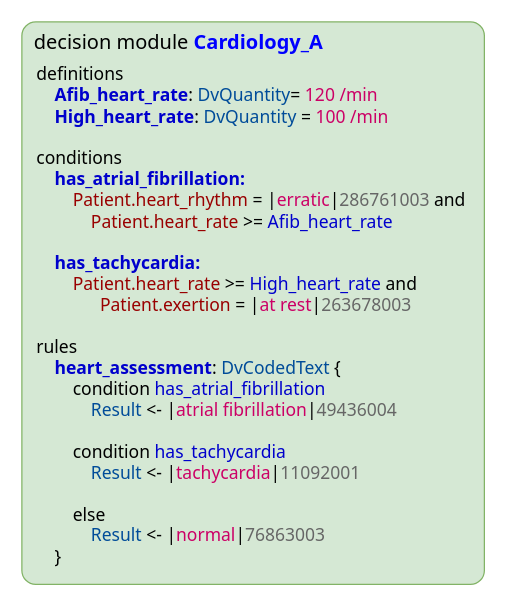
Above: docs/decision_language/diagrams/representation_basic.drawio in openEHR/specifications-PROC (draw.io), before the change. Source tidied: cells renumbered, new cells numbered last; positions are measured from the earlier drawing's top-left corner, leaving out a move shared by most shapes. Both pictures are drawn from the tidied source at 125%, with x=0, y=0 at pixel (21, 21).
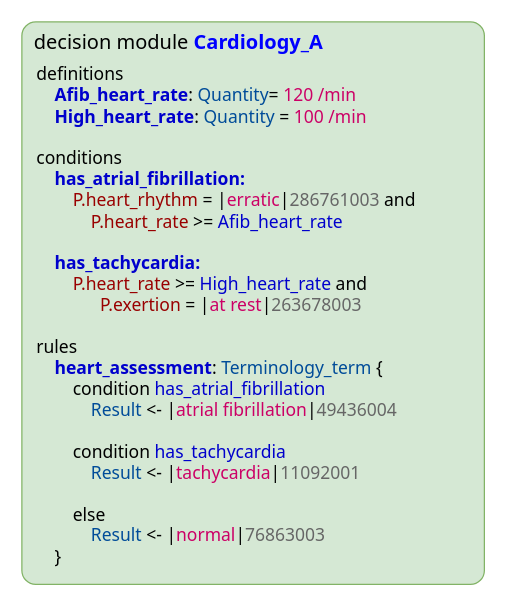
After the change.

Diff of the diagram source:
```diff
@@
 <mxGraphModel>
   <root>
     <mxCell id="0" />
     <mxCell id="1" parent="0" />
     <mxCell id="2" value="&lt;div style=&quot;text-align: center ; font-size: 16px&quot;&gt;decision module&amp;nbsp;&lt;b style=&quot;font-size: 16px&quot;&gt;&lt;font color=&quot;#0000ff&quot; style=&quot;font-size: 16px&quot;&gt;Cardiology_A&lt;/font&gt;&lt;/b&gt;&lt;/div&gt;&lt;font color=&quot;#595959&quot; style=&quot;font-size: 16px&quot;&gt;&lt;div style=&quot;text-align: center ; font-size: 16px&quot;&gt;&lt;span style=&quot;font-size: 16px&quot;&gt;&amp;nbsp; &amp;nbsp; &amp;nbsp; &amp;nbsp; &amp;nbsp;&lt;/span&gt;&lt;span style=&quot;font-size: 16px&quot;&gt;&amp;nbsp; &amp;nbsp; &amp;nbsp; &amp;nbsp;&lt;/span&gt;&lt;/div&gt;&lt;/font&gt;" style="rounded=1;whiteSpace=wrap;html=1;fontSize=16;arcSize=3;verticalAlign=top;fillColor=#d5e8d4;strokeColor=#82b366;align=left;spacingLeft=8;fontFamily=Tahoma;" parent="1" vertex="1">
       <mxGeometry width="370" height="450" as="geometry" />
     </mxCell>
-    <mxCell id="3" value="definitions&lt;br style=&quot;font-size: 14px&quot;&gt;&lt;b style=&quot;color: rgb(0 , 0 , 204) ; font-size: 14px&quot;&gt;&amp;nbsp; &amp;nbsp; Afib_heart_rate&lt;/b&gt;:&amp;nbsp;&lt;font color=&quot;#004c99&quot; style=&quot;font-size: 14px&quot;&gt;DvQuantity&lt;/font&gt;= &lt;font color=&quot;#cc0066&quot;&gt;120 /min&lt;/font&gt;&lt;br style=&quot;font-size: 14px&quot;&gt;&lt;font color=&quot;#0000cc&quot; style=&quot;font-size: 14px&quot;&gt;&lt;b style=&quot;font-size: 14px&quot;&gt;&amp;nbsp; &amp;nbsp; High_heart_rate&lt;/b&gt;&lt;/font&gt;:&amp;nbsp;&lt;span style=&quot;color: rgb(0 , 76 , 153) ; font-size: 14px&quot;&gt;DvQuantity&lt;/span&gt;&amp;nbsp;= &lt;font color=&quot;#cc0066&quot;&gt;100 /min&lt;/font&gt;&lt;br style=&quot;font-size: 14px&quot;&gt;&lt;br style=&quot;font-size: 14px&quot;&gt;conditions&lt;br style=&quot;font-size: 14px&quot;&gt;&lt;font color=&quot;#0000cc&quot; style=&quot;font-size: 14px&quot;&gt;&lt;b style=&quot;font-size: 14px&quot;&gt;&amp;nbsp; &amp;nbsp; has_atrial_fibrillation:&lt;/b&gt;&lt;/font&gt;&lt;br style=&quot;font-size: 14px&quot;&gt;&amp;nbsp; &amp;nbsp; &amp;nbsp; &amp;nbsp;&amp;nbsp;&lt;font color=&quot;#990000&quot; style=&quot;font-size: 14px&quot;&gt;Patient.heart_rhythm&lt;/font&gt;&amp;nbsp;= |&lt;font color=&quot;#cc0066&quot;&gt;erratic&lt;/font&gt;|&lt;font color=&quot;#666666&quot;&gt;286761003&lt;/font&gt;&amp;nbsp;and&amp;nbsp;&lt;br style=&quot;font-size: 14px&quot;&gt;&amp;nbsp; &amp;nbsp; &amp;nbsp; &amp;nbsp; &amp;nbsp; &amp;nbsp;&amp;nbsp;&lt;font color=&quot;#990000&quot; style=&quot;font-size: 14px&quot;&gt;Patient.heart_rate&lt;/font&gt;&amp;nbsp;&amp;gt;=&amp;nbsp;&lt;font color=&quot;#0000cc&quot; style=&quot;font-size: 14px&quot;&gt;Afib_heart_rate&lt;/font&gt;&lt;br style=&quot;font-size: 14px&quot;&gt;&lt;br style=&quot;font-size: 14px&quot;&gt;&lt;font color=&quot;#0000cc&quot; style=&quot;font-size: 14px&quot;&gt;&lt;b style=&quot;font-size: 14px&quot;&gt;&amp;nbsp; &amp;nbsp; has_tachycardia:&lt;/b&gt;&lt;/font&gt;&lt;br style=&quot;font-size: 14px&quot;&gt;&amp;nbsp; &amp;nbsp; &amp;nbsp; &amp;nbsp;&amp;nbsp;&lt;font color=&quot;#990000&quot; style=&quot;font-size: 14px&quot;&gt;Patient.heart_rate&lt;/font&gt;&amp;nbsp;&amp;gt;=&amp;nbsp;&lt;font color=&quot;#0000cc&quot; style=&quot;font-size: 14px&quot;&gt;High_heart_rate&lt;/font&gt;&amp;nbsp;and&amp;nbsp;&lt;br style=&quot;font-size: 14px&quot;&gt;&amp;nbsp; &amp;nbsp; &amp;nbsp; &amp;nbsp; &amp;nbsp; &amp;nbsp; &amp;nbsp; &lt;font color=&quot;#990000&quot; style=&quot;font-size: 14px&quot;&gt;Patient.exertion&lt;/font&gt;&amp;nbsp;= |&lt;font color=&quot;#cc0066&quot; style=&quot;font-size: 14px&quot;&gt;at rest&lt;/font&gt;|&lt;font color=&quot;#666666&quot;&gt;263678003&lt;/font&gt;&lt;br style=&quot;font-size: 14px&quot;&gt;&lt;br style=&quot;font-size: 14px&quot;&gt;rules&lt;br style=&quot;font-size: 14px&quot;&gt;&lt;font color=&quot;#0000cc&quot; style=&quot;font-size: 14px&quot;&gt;&lt;b style=&quot;font-size: 14px&quot;&gt;&amp;nbsp; &amp;nbsp; heart_assessment&lt;/b&gt;&lt;/font&gt;: &lt;font color=&quot;#004c99&quot; style=&quot;font-size: 14px&quot;&gt;DvCodedText&lt;/font&gt;&amp;nbsp;{&lt;br style=&quot;font-size: 14px&quot;&gt;&amp;nbsp; &amp;nbsp; &amp;nbsp; &amp;nbsp; condition &lt;font color=&quot;#0000cc&quot; style=&quot;font-size: 14px&quot;&gt;has_atrial_fibrillation&lt;/font&gt;&lt;br style=&quot;font-size: 14px&quot;&gt;&amp;nbsp; &amp;nbsp; &amp;nbsp; &amp;nbsp; &amp;nbsp; &amp;nbsp;&amp;nbsp;&lt;span style=&quot;color: rgb(0 , 76 , 153) ; font-size: 14px&quot;&gt;Result&lt;/span&gt;&amp;nbsp;&amp;lt;-&amp;nbsp;|&lt;font color=&quot;#cc0066&quot; style=&quot;font-size: 14px&quot;&gt;atrial fibrillation&lt;/font&gt;|&lt;font color=&quot;#666666&quot;&gt;49436004&lt;/font&gt;&lt;br style=&quot;font-size: 14px&quot;&gt;&lt;br style=&quot;font-size: 14px&quot;&gt;&amp;nbsp; &amp;nbsp; &amp;nbsp; &amp;nbsp; condition &lt;font color=&quot;#0000cc&quot; style=&quot;font-size: 14px&quot;&gt;has_tachycardia&lt;/font&gt;&lt;br style=&quot;font-size: 14px&quot;&gt;&amp;nbsp; &amp;nbsp; &amp;nbsp; &amp;nbsp; &amp;nbsp; &amp;nbsp;&amp;nbsp;&lt;span style=&quot;color: rgb(0 , 76 , 153) ; font-size: 14px&quot;&gt;Result&lt;/span&gt;&amp;nbsp;&amp;lt;-&amp;nbsp;|&lt;font color=&quot;#cc0066&quot; style=&quot;font-size: 14px&quot;&gt;tachycardia&lt;/font&gt;|&lt;font color=&quot;#666666&quot;&gt;11092001&lt;/font&gt;&lt;br style=&quot;font-size: 14px&quot;&gt;&lt;br style=&quot;font-size: 14px&quot;&gt;&amp;nbsp; &amp;nbsp; &amp;nbsp; &amp;nbsp; else&amp;nbsp;&lt;br style=&quot;font-size: 14px&quot;&gt;&amp;nbsp; &amp;nbsp; &amp;nbsp; &amp;nbsp; &amp;nbsp; &amp;nbsp;&amp;nbsp;&lt;span style=&quot;color: rgb(0 , 76 , 153) ; font-size: 14px&quot;&gt;Result&lt;/span&gt;&amp;nbsp;&amp;lt;- |&lt;font color=&quot;#cc0066&quot; style=&quot;font-size: 14px&quot;&gt;normal&lt;/font&gt;|&lt;font color=&quot;#666666&quot;&gt;76863003&lt;/font&gt;&lt;br style=&quot;font-size: 14px&quot;&gt;&amp;nbsp; &amp;nbsp; }" style="text;align=left;verticalAlign=middle;html=1;fontSize=14;fontFamily=Tahoma;" parent="1" vertex="1">
-      <mxGeometry x="10" y="30" width="350" height="410" as="geometry" />
+    <mxCell id="3" value="definitions&lt;br style=&quot;font-size: 14px&quot;&gt;&lt;b style=&quot;color: rgb(0 , 0 , 204) ; font-size: 14px&quot;&gt;&amp;nbsp; &amp;nbsp; Afib_heart_rate&lt;/b&gt;:&amp;nbsp;&lt;font color=&quot;#004c99&quot; style=&quot;font-size: 14px&quot;&gt;Quantity&lt;/font&gt;= &lt;font color=&quot;#cc0066&quot;&gt;120 /min&lt;/font&gt;&lt;br style=&quot;font-size: 14px&quot;&gt;&lt;font color=&quot;#0000cc&quot; style=&quot;font-size: 14px&quot;&gt;&lt;b style=&quot;font-size: 14px&quot;&gt;&amp;nbsp; &amp;nbsp; High_heart_rate&lt;/b&gt;&lt;/font&gt;:&amp;nbsp;&lt;span style=&quot;color: rgb(0 , 76 , 153) ; font-size: 14px&quot;&gt;Quantity&lt;/span&gt;&amp;nbsp;= &lt;font color=&quot;#cc0066&quot;&gt;100 /min&lt;/font&gt;&lt;br style=&quot;font-size: 14px&quot;&gt;&lt;br style=&quot;font-size: 14px&quot;&gt;conditions&lt;br style=&quot;font-size: 14px&quot;&gt;&lt;font color=&quot;#0000cc&quot; style=&quot;font-size: 14px&quot;&gt;&lt;b style=&quot;font-size: 14px&quot;&gt;&amp;nbsp; &amp;nbsp; has_atrial_fibrillation:&lt;/b&gt;&lt;/font&gt;&lt;br style=&quot;font-size: 14px&quot;&gt;&amp;nbsp; &amp;nbsp; &amp;nbsp; &amp;nbsp;&amp;nbsp;&lt;font color=&quot;#990000&quot; style=&quot;font-size: 14px&quot;&gt;P.heart_rhythm&lt;/font&gt;&amp;nbsp;= |&lt;font color=&quot;#cc0066&quot;&gt;erratic&lt;/font&gt;|&lt;font color=&quot;#666666&quot;&gt;286761003&lt;/font&gt;&amp;nbsp;and&amp;nbsp;&lt;br style=&quot;font-size: 14px&quot;&gt;&amp;nbsp; &amp;nbsp; &amp;nbsp; &amp;nbsp; &amp;nbsp; &amp;nbsp;&amp;nbsp;&lt;font color=&quot;#990000&quot; style=&quot;font-size: 14px&quot;&gt;P.heart_rate&lt;/font&gt;&amp;nbsp;&amp;gt;=&amp;nbsp;&lt;font color=&quot;#0000cc&quot; style=&quot;font-size: 14px&quot;&gt;Afib_heart_rate&lt;/font&gt;&lt;br style=&quot;font-size: 14px&quot;&gt;&lt;br style=&quot;font-size: 14px&quot;&gt;&lt;font color=&quot;#0000cc&quot; style=&quot;font-size: 14px&quot;&gt;&lt;b style=&quot;font-size: 14px&quot;&gt;&amp;nbsp; &amp;nbsp; has_tachycardia:&lt;/b&gt;&lt;/font&gt;&lt;br style=&quot;font-size: 14px&quot;&gt;&amp;nbsp; &amp;nbsp; &amp;nbsp; &amp;nbsp;&amp;nbsp;&lt;font color=&quot;#990000&quot; style=&quot;font-size: 14px&quot;&gt;P.heart_rate&lt;/font&gt;&amp;nbsp;&amp;gt;=&amp;nbsp;&lt;font color=&quot;#0000cc&quot; style=&quot;font-size: 14px&quot;&gt;High_heart_rate&lt;/font&gt;&amp;nbsp;and&amp;nbsp;&lt;br style=&quot;font-size: 14px&quot;&gt;&amp;nbsp; &amp;nbsp; &amp;nbsp; &amp;nbsp; &amp;nbsp; &amp;nbsp; &amp;nbsp; &lt;font color=&quot;#990000&quot; style=&quot;font-size: 14px&quot;&gt;P.exertion&lt;/font&gt;&amp;nbsp;= |&lt;font color=&quot;#cc0066&quot; style=&quot;font-size: 14px&quot;&gt;at rest&lt;/font&gt;|&lt;font color=&quot;#666666&quot;&gt;263678003&lt;/font&gt;&lt;br style=&quot;font-size: 14px&quot;&gt;&lt;br style=&quot;font-size: 14px&quot;&gt;rules&lt;br style=&quot;font-size: 14px&quot;&gt;&lt;font color=&quot;#0000cc&quot; style=&quot;font-size: 14px&quot;&gt;&lt;b style=&quot;font-size: 14px&quot;&gt;&amp;nbsp; &amp;nbsp; heart_assessment&lt;/b&gt;&lt;/font&gt;: &lt;font color=&quot;#004c99&quot; style=&quot;font-size: 14px&quot;&gt;Terminology_term&lt;/font&gt;&amp;nbsp;{&lt;br style=&quot;font-size: 14px&quot;&gt;&amp;nbsp; &amp;nbsp; &amp;nbsp; &amp;nbsp; condition &lt;font color=&quot;#0000cc&quot; style=&quot;font-size: 14px&quot;&gt;has_atrial_fibrillation&lt;/font&gt;&lt;br style=&quot;font-size: 14px&quot;&gt;&amp;nbsp; &amp;nbsp; &amp;nbsp; &amp;nbsp; &amp;nbsp; &amp;nbsp;&amp;nbsp;&lt;span style=&quot;color: rgb(0 , 76 , 153) ; font-size: 14px&quot;&gt;Result&lt;/span&gt;&amp;nbsp;&amp;lt;-&amp;nbsp;|&lt;font color=&quot;#cc0066&quot; style=&quot;font-size: 14px&quot;&gt;atrial fibrillation&lt;/font&gt;|&lt;font color=&quot;#666666&quot;&gt;49436004&lt;/font&gt;&lt;br style=&quot;font-size: 14px&quot;&gt;&lt;br style=&quot;font-size: 14px&quot;&gt;&amp;nbsp; &amp;nbsp; &amp;nbsp; &amp;nbsp; condition &lt;font color=&quot;#0000cc&quot; style=&quot;font-size: 14px&quot;&gt;has_tachycardia&lt;/font&gt;&lt;br style=&quot;font-size: 14px&quot;&gt;&amp;nbsp; &amp;nbsp; &amp;nbsp; &amp;nbsp; &amp;nbsp; &amp;nbsp;&amp;nbsp;&lt;span style=&quot;color: rgb(0 , 76 , 153) ; font-size: 14px&quot;&gt;Result&lt;/span&gt;&amp;nbsp;&amp;lt;-&amp;nbsp;|&lt;font color=&quot;#cc0066&quot; style=&quot;font-size: 14px&quot;&gt;tachycardia&lt;/font&gt;|&lt;font color=&quot;#666666&quot;&gt;11092001&lt;/font&gt;&lt;br style=&quot;font-size: 14px&quot;&gt;&lt;br style=&quot;font-size: 14px&quot;&gt;&amp;nbsp; &amp;nbsp; &amp;nbsp; &amp;nbsp; else&amp;nbsp;&lt;br style=&quot;font-size: 14px&quot;&gt;&amp;nbsp; &amp;nbsp; &amp;nbsp; &amp;nbsp; &amp;nbsp; &amp;nbsp;&amp;nbsp;&lt;span style=&quot;color: rgb(0 , 76 , 153) ; font-size: 14px&quot;&gt;Result&lt;/span&gt;&amp;nbsp;&amp;lt;- |&lt;font color=&quot;#cc0066&quot; style=&quot;font-size: 14px&quot;&gt;normal&lt;/font&gt;|&lt;font color=&quot;#666666&quot;&gt;76863003&lt;/font&gt;&lt;br style=&quot;font-size: 14px&quot;&gt;&amp;nbsp; &amp;nbsp; }" style="text;align=left;verticalAlign=middle;html=1;fontSize=14;fontFamily=Tahoma;" parent="1" vertex="1">
+      <mxGeometry x="10" y="30" width="310" height="410" as="geometry" />
     </mxCell>
   </root>
 </mxGraphModel>
```
